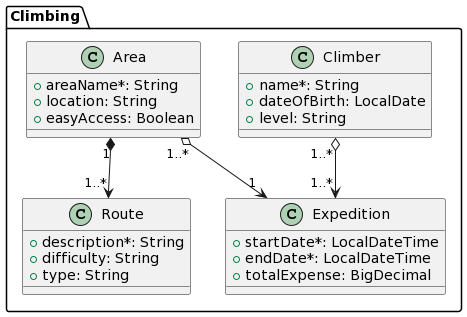
Above: docs/climbing.models.png in wzzzzwwzw/apaw-practice (PlantUML), before the change.
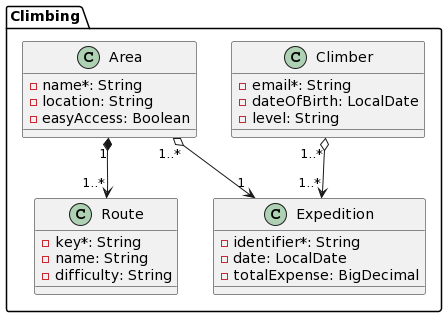
The same file after the commit.

Commit message:
updated UML model diagram #494

Diff of the diagram source:
```diff
@@ -2,27 +2,27 @@
 package Climbing {
 
   class Climber {
-    +name*: String
-    +dateOfBirth: LocalDate
-    +level: String
+    -email*: String
+    -dateOfBirth: LocalDate
+    -level: String
   }
 
   class Area {
-    +areaName*: String
-    +location: String
-    +easyAccess: Boolean
+    -name*: String
+    -location: String
+    -easyAccess: Boolean
   }
 
   class Expedition {
-    +startDate*: LocalDateTime
-    +endDate*: LocalDateTime
-    +totalExpense: BigDecimal
+    -identifier*: String
+    -date: LocalDate
+    -totalExpense: BigDecimal
   }
 
   class Route {
-    +description*: String
-    +difficulty: String
-    +type: String
+    -key*: String
+    -name: String
+    -difficulty: String
   }
 
   Climber "1..*" o--> "1..*" Expedition
```
